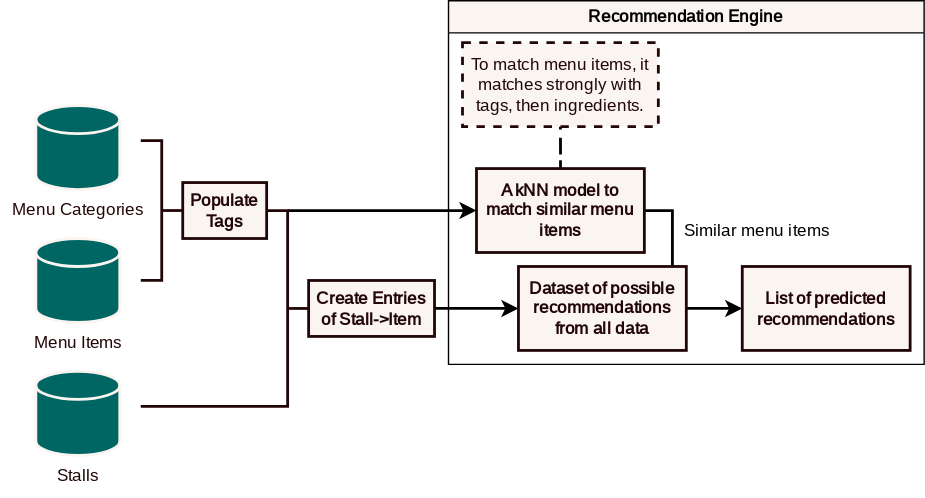
The draw.io diagram assets/kueater/algo_modelling.svg in KU-Eater/KUEater-SRS, before a commit. Source tidied: cells renumbered, new cells last; positions are measured from the earlier drawing's top-left corner, leaving out a move shared by most shapes.
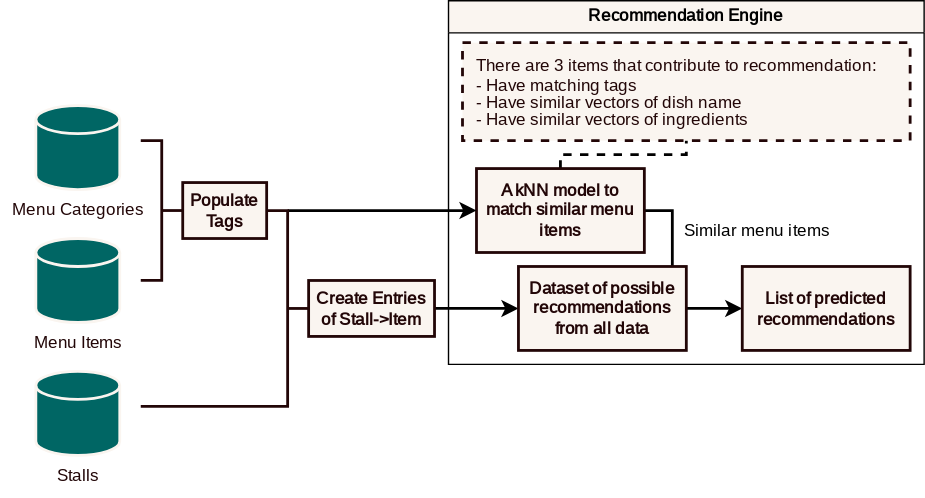
After the commit.

Diff of the diagram source:
```diff
@@ -24,7 +24,12 @@
       <mxGeometry x="100" y="100" width="30" height="100" as="geometry" />
     </mxCell>
     <mxCell id="9" style="edgeStyle=orthogonalEdgeStyle;rounded=0;jettySize=auto;html=1;endArrow=none;endFill=0;dashed=1;strokeWidth=2;entryX=0.5;entryY=1;entryDx=0;entryDy=0;" parent="1" edge="1" source="11" target="17">
-      <mxGeometry relative="1" as="geometry" />
+      <mxGeometry relative="1" as="geometry">
+        <Array as="points">
+          <mxPoint x="400" y="110" />
+          <mxPoint x="490" y="110" />
+        </Array>
+      </mxGeometry>
     </mxCell>
     <mxCell id="10" style="edgeStyle=orthogonalEdgeStyle;rounded=0;jettySize=auto;html=1;entryX=0.75;entryY=0;entryDx=0;entryDy=0;exitX=1;exitY=0.5;exitDx=0;exitDy=0;strokeWidth=2;endArrow=none;endFill=0;" parent="1" edge="1" source="11" target="19">
       <mxGeometry relative="1" as="geometry" />
@@ -52,8 +57,8 @@
     <mxCell id="16" value="Create Entries of Stall-&amp;gt;Item" style="rounded=0;whiteSpace=wrap;html=1;fontFamily=Sarabun;fontSource=https%3A%2F%2Ffonts.googleapis.com%2Fcss%3Ffamily%3DSarabun;labelBackgroundColor=none;fillColor=#FAF5F0;strokeColor=#220607;fontColor=#220607;strokeWidth=2;fontStyle=1;" parent="1" vertex="1">
       <mxGeometry x="220" y="200" width="90" height="40" as="geometry" />
     </mxCell>
-    <mxCell id="17" value="&lt;span style=&quot;font-weight: 400;&quot;&gt;To match menu items, it matches strongly with tags, then ingredients.&lt;/span&gt;" style="rounded=0;whiteSpace=wrap;html=1;fontFamily=Sarabun;fontSource=https%3A%2F%2Ffonts.googleapis.com%2Fcss%3Ffamily%3DSarabun;labelBackgroundColor=none;fillColor=#FAF5F0;strokeColor=#220607;fontColor=#220607;strokeWidth=2;fontStyle=1;dashed=1;" parent="1" vertex="1">
-      <mxGeometry x="330" y="30" width="140" height="60" as="geometry" />
+    <mxCell id="17" value="&lt;span style=&quot;font-weight: 400;&quot;&gt;There are 3 items that contribute to recommendation:&lt;/span&gt;&lt;div style=&quot;line-height: 100%;&quot;&gt;&lt;span style=&quot;font-weight: 400;&quot;&gt;- Have matching tags&lt;/span&gt;&lt;/div&gt;&lt;div style=&quot;line-height: 100%;&quot;&gt;&lt;span style=&quot;font-weight: 400;&quot;&gt;- Have similar vectors of dish name&lt;/span&gt;&lt;/div&gt;&lt;div style=&quot;line-height: 100%;&quot;&gt;&lt;span style=&quot;font-weight: 400;&quot;&gt;- Have similar vectors of ingredients&lt;/span&gt;&lt;/div&gt;" style="rounded=0;whiteSpace=wrap;html=1;fontFamily=Sarabun;fontSource=https%3A%2F%2Ffonts.googleapis.com%2Fcss%3Ffamily%3DSarabun;labelBackgroundColor=none;fillColor=#FAF5F0;strokeColor=#220607;fontColor=#220607;strokeWidth=2;fontStyle=1;dashed=1;align=left;spacingLeft=8;spacingRight=8;" parent="1" vertex="1">
+      <mxGeometry x="330" y="30" width="320" height="70" as="geometry" />
     </mxCell>
     <mxCell id="18" style="edgeStyle=orthogonalEdgeStyle;rounded=0;jettySize=auto;html=1;strokeWidth=2;entryX=0;entryY=0.5;entryDx=0;entryDy=0;" parent="1" edge="1" source="19" target="22">
       <mxGeometry relative="1" as="geometry" />
```
